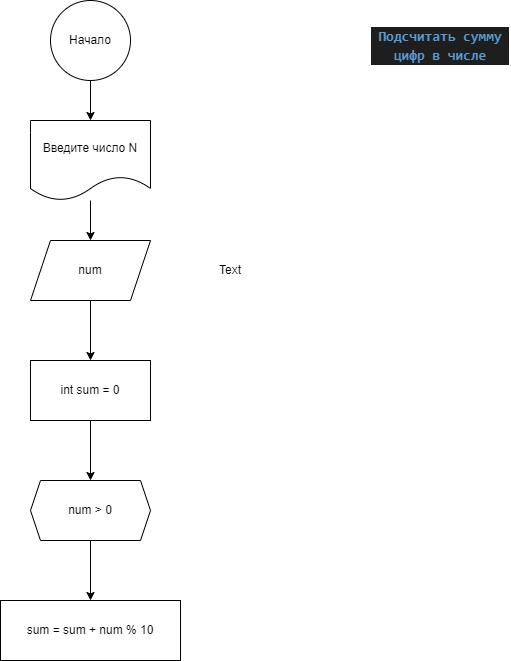
This is task_003/diagram.drawio.png from GnezdilovaVO/MyIndependentWork1, a draw.io export, as it was before one commit. Source tidied: cells renumbered, new cells last; positions are measured from the earlier drawing's top-left corner, leaving out a move shared by most shapes. Its diagram source:
```xml
<mxGraphModel>
  <root>
    <mxCell id="0" />
    <mxCell id="1" parent="0" />
    <mxCell id="2" value="&lt;div style=&quot;color: rgb(212, 212, 212); background-color: rgb(30, 30, 30); font-family: Consolas, &amp;quot;Courier New&amp;quot;, monospace; font-size: 14px; line-height: 19px;&quot;&gt;&lt;span style=&quot;color: #569cd6;font-weight: bold;&quot;&gt;Подсчитать сумму цифр в числе&lt;/span&gt;&lt;/div&gt;" style="text;strokeColor=none;align=center;fillColor=none;html=1;verticalAlign=middle;whiteSpace=wrap;rounded=0;" parent="1" vertex="1">
      <mxGeometry x="370" y="10" width="140" height="70" as="geometry" />
    </mxCell>
    <mxCell id="3" style="edgeStyle=none;html=1;" parent="1" edge="1" source="4" target="6">
      <mxGeometry relative="1" as="geometry" />
    </mxCell>
    <mxCell id="4" value="Начало" style="ellipse;whiteSpace=wrap;html=1;" parent="1" vertex="1">
      <mxGeometry x="50" width="80" height="80" as="geometry" />
    </mxCell>
    <mxCell id="5" style="edgeStyle=none;html=1;" parent="1" edge="1" source="6" target="8">
      <mxGeometry relative="1" as="geometry" />
    </mxCell>
    <mxCell id="6" value="Введите число N" style="shape=document;whiteSpace=wrap;html=1;boundedLbl=1;" parent="1" vertex="1">
      <mxGeometry x="30" y="120" width="120" height="80" as="geometry" />
    </mxCell>
    <mxCell id="7" style="edgeStyle=none;html=1;" parent="1" edge="1" source="8" target="10">
      <mxGeometry relative="1" as="geometry" />
    </mxCell>
    <mxCell id="8" value="num" style="shape=parallelogram;perimeter=parallelogramPerimeter;whiteSpace=wrap;html=1;fixedSize=1;" parent="1" vertex="1">
      <mxGeometry x="30" y="240" width="120" height="60" as="geometry" />
    </mxCell>
    <mxCell id="9" style="edgeStyle=none;html=1;" parent="1" edge="1" source="10" target="12">
      <mxGeometry relative="1" as="geometry" />
    </mxCell>
    <mxCell id="10" value="int sum = 0" style="whiteSpace=wrap;html=1;" parent="1" vertex="1">
      <mxGeometry x="30" y="360" width="120" height="60" as="geometry" />
    </mxCell>
    <mxCell id="11" style="edgeStyle=none;html=1;" parent="1" edge="1" source="12" target="13">
      <mxGeometry relative="1" as="geometry" />
    </mxCell>
    <mxCell id="12" value="num &amp;gt; 0" style="shape=hexagon;perimeter=hexagonPerimeter2;whiteSpace=wrap;html=1;fixedSize=1;size=10;" parent="1" vertex="1">
      <mxGeometry x="30" y="480" width="120" height="60" as="geometry" />
    </mxCell>
    <mxCell id="13" value="sum = sum + num % 10" style="rounded=0;whiteSpace=wrap;html=1;" parent="1" vertex="1">
      <mxGeometry y="600" width="180" height="60" as="geometry" />
    </mxCell>
    <mxCell id="14" value="Text" style="text;strokeColor=none;align=center;fillColor=none;html=1;verticalAlign=middle;whiteSpace=wrap;rounded=0;" parent="1" vertex="1">
      <mxGeometry x="200" y="255" width="60" height="30" as="geometry" />
    </mxCell>
  </root>
</mxGraphModel>
```
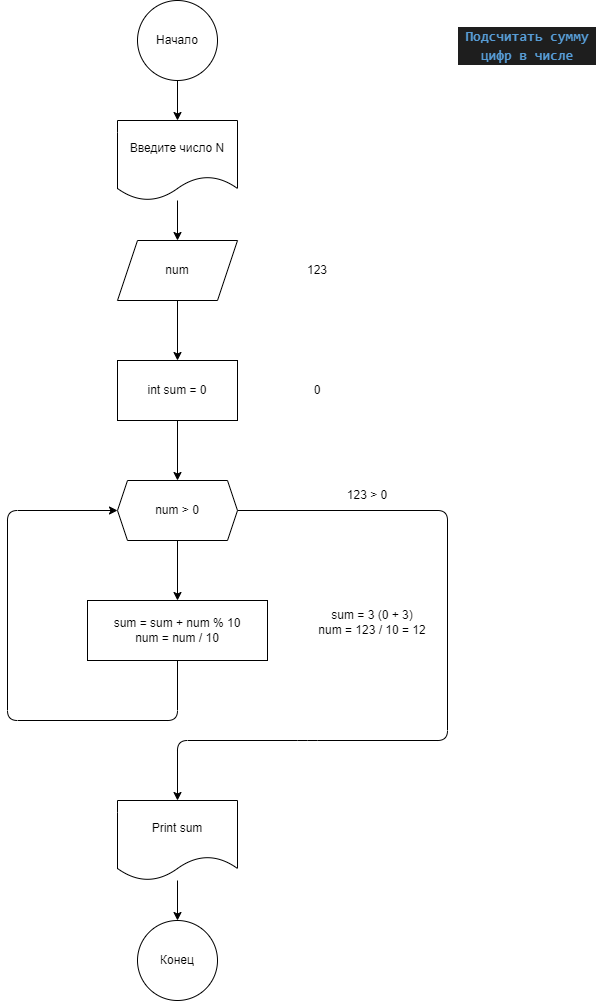
The same file after the commit.

Commit message:
Решили задачу TASK003 методами

Diff of the diagram source:
```diff
@@ -32,14 +32,55 @@
     <mxCell id="11" style="edgeStyle=none;html=1;" parent="1" edge="1" source="12" target="13">
       <mxGeometry relative="1" as="geometry" />
     </mxCell>
+    <mxCell id="15" style="edgeStyle=none;html=1;exitX=1;exitY=0.5;exitDx=0;exitDy=0;entryX=0.5;entryY=0;entryDx=0;entryDy=0;" parent="1" edge="1" source="12">
+      <mxGeometry relative="1" as="geometry">
+        <mxPoint x="90" y="800" as="targetPoint" />
+        <Array as="points">
+          <mxPoint x="360" y="510" />
+          <mxPoint x="360" y="740" />
+          <mxPoint x="220" y="740" />
+          <mxPoint x="90" y="740" />
+        </Array>
+      </mxGeometry>
+    </mxCell>
     <mxCell id="12" value="num &amp;gt; 0" style="shape=hexagon;perimeter=hexagonPerimeter2;whiteSpace=wrap;html=1;fixedSize=1;size=10;" parent="1" vertex="1">
       <mxGeometry x="30" y="480" width="120" height="60" as="geometry" />
     </mxCell>
+    <mxCell id="16" style="edgeStyle=none;html=1;entryX=0;entryY=0.5;entryDx=0;entryDy=0;" parent="1" edge="1" source="13" target="12">
+      <mxGeometry relative="1" as="geometry">
+        <Array as="points">
+          <mxPoint x="90" y="720" />
+          <mxPoint x="-80" y="720" />
+          <mxPoint x="-80" y="510" />
+        </Array>
+      </mxGeometry>
+    </mxCell>
-    <mxCell id="13" value="sum = sum + num % 10" style="rounded=0;whiteSpace=wrap;html=1;" parent="1" vertex="1">
+    <mxCell id="13" value="sum = sum + num % 10&lt;br&gt;num = num / 10" style="rounded=0;whiteSpace=wrap;html=1;" parent="1" vertex="1">
       <mxGeometry y="600" width="180" height="60" as="geometry" />
     </mxCell>
-    <mxCell id="14" value="Text" style="text;strokeColor=none;align=center;fillColor=none;html=1;verticalAlign=middle;whiteSpace=wrap;rounded=0;" parent="1" vertex="1">
+    <mxCell id="14" value="123" style="text;strokeColor=none;align=center;fillColor=none;html=1;verticalAlign=middle;whiteSpace=wrap;rounded=0;" parent="1" vertex="1">
       <mxGeometry x="200" y="255" width="60" height="30" as="geometry" />
     </mxCell>
+    <mxCell id="17" value="0" style="text;strokeColor=none;align=center;fillColor=none;html=1;verticalAlign=middle;whiteSpace=wrap;rounded=0;" parent="1" vertex="1">
+      <mxGeometry x="200" y="375" width="60" height="30" as="geometry" />
+    </mxCell>
+    <mxCell id="18" value="123 &amp;gt; 0" style="text;strokeColor=none;align=center;fillColor=none;html=1;verticalAlign=middle;whiteSpace=wrap;rounded=0;" parent="1" vertex="1">
+      <mxGeometry x="250" y="480" width="60" height="30" as="geometry" />
+    </mxCell>
+    <mxCell id="19" value="sum = 3 (0 + 3)" style="text;strokeColor=none;align=center;fillColor=none;html=1;verticalAlign=middle;whiteSpace=wrap;rounded=0;" parent="1" vertex="1">
+      <mxGeometry x="210" y="600" width="150" height="30" as="geometry" />
+    </mxCell>
+    <mxCell id="20" value="num = 123 / 10 = 12" style="text;strokeColor=none;align=center;fillColor=none;html=1;verticalAlign=middle;whiteSpace=wrap;rounded=0;" parent="1" vertex="1">
+      <mxGeometry x="210" y="615" width="150" height="30" as="geometry" />
+    </mxCell>
+    <mxCell id="21" style="edgeStyle=none;html=1;" parent="1" edge="1" source="22" target="23">
+      <mxGeometry relative="1" as="geometry" />
+    </mxCell>
+    <mxCell id="22" value="Print sum" style="shape=document;whiteSpace=wrap;html=1;boundedLbl=1;" parent="1" vertex="1">
+      <mxGeometry x="30" y="800" width="120" height="80" as="geometry" />
+    </mxCell>
+    <mxCell id="23" value="Конец" style="ellipse;whiteSpace=wrap;html=1;" parent="1" vertex="1">
+      <mxGeometry x="50" y="920" width="80" height="80" as="geometry" />
+    </mxCell>
   </root>
 </mxGraphModel>
```
